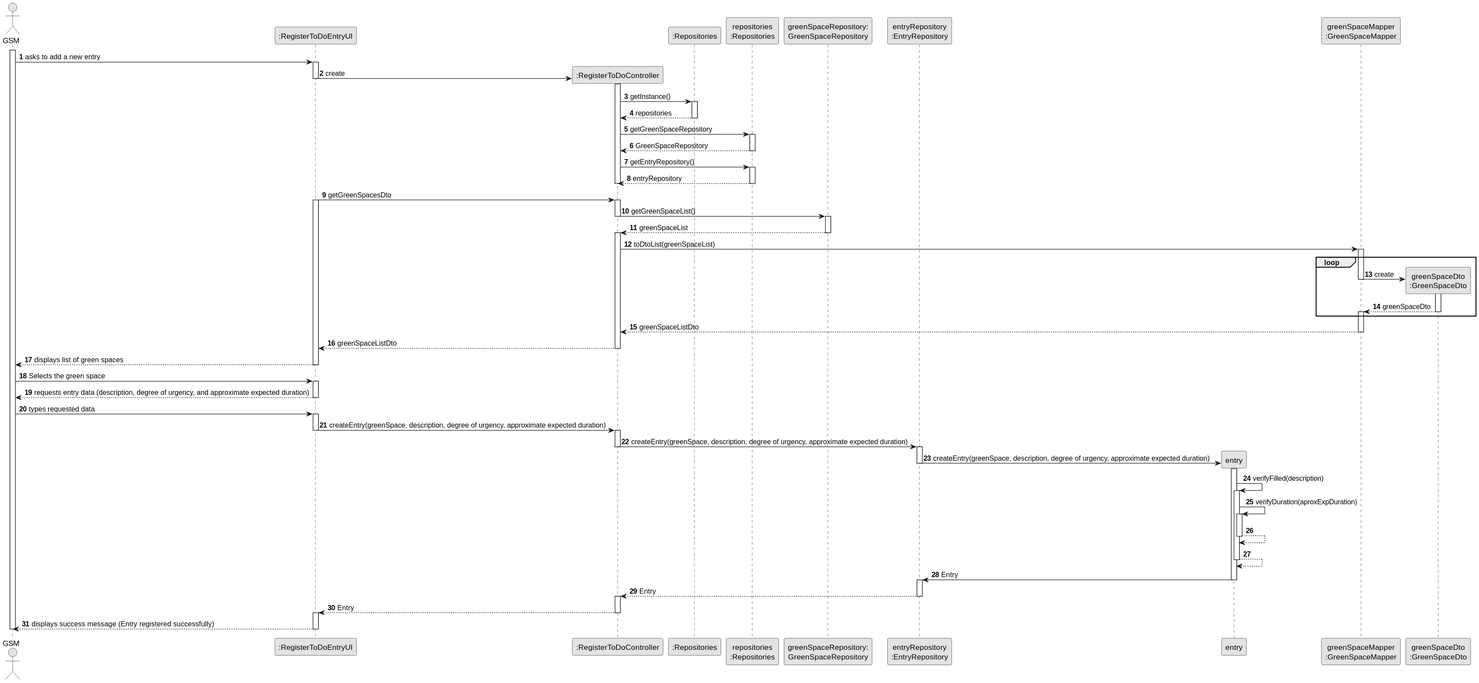
This is docs/sprintC/us021/03.design/svg/us021-sequence-diagram-full.svg from ricardomm7/leaflink, a PlantUML export, as it was before one commit.
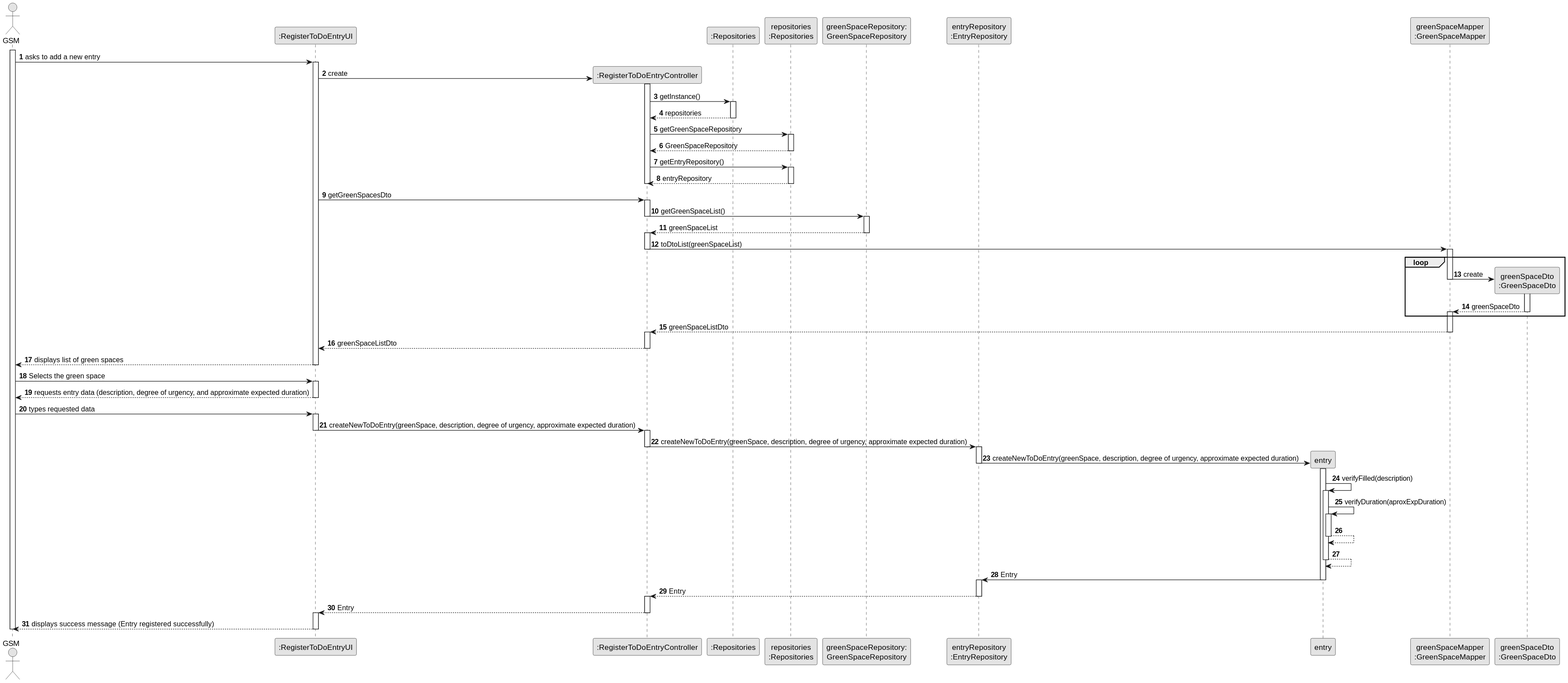
Above is the later version.

What changed in the source:
```diff
@@ -8,7 +8,7 @@
 
 actor "GSM" as GSM
 participant ":RegisterToDoEntryUI" as UI
-participant ":RegisterToDoController" as CTRL
+participant ":RegisterToDoEntryController" as CTRL
 participant ":Repositories" as RepositorySingleton
 participant "repositories\n:Repositories" as PLAT
 participant "greenSpaceRepository:\nGreenSpaceRepository" as GreenSpaceRepository
@@ -25,7 +25,6 @@
 
         UI -> CTRL** : create
         activate CTRL
-        deactivate UI
 
         CTRL -> RepositorySingleton : getInstance()
         activate RepositorySingleton
@@ -49,7 +48,6 @@
         deactivate CTRL
 
         UI -> CTRL : getGreenSpacesDto
-        activate UI
         activate CTRL
 
 
@@ -64,7 +62,9 @@
         activate CTRL
 
         CTRL -> GreenSpaceMapper: toDtoList(greenSpaceList)
+        deactivate CTRL
         activate GreenSpaceMapper
+
 
         loop
 
@@ -79,6 +79,7 @@
 
         GreenSpaceMapper --> CTRL: greenSpaceListDto
         deactivate GreenSpaceMapper
+        activate CTRL
 
         CTRL --> UI : greenSpaceListDto
         deactivate CTRL
@@ -96,15 +97,15 @@
         GSM -> UI : types requested data
         activate UI
 
-        UI -> CTRL : createEntry(greenSpace, description, degree of urgency, approximate expected duration)
+        UI -> CTRL : createNewToDoEntry(greenSpace, description, degree of urgency, approximate expected duration)
         deactivate UI
         activate CTRL
 
-        CTRL -> EntryRep : createEntry(greenSpace, description, degree of urgency, approximate expected duration)
+        CTRL -> EntryRep : createNewToDoEntry(greenSpace, description, degree of urgency, approximate expected duration)
         deactivate CTRL
         activate EntryRep
 
-        EntryRep -> Entry** : createEntry(greenSpace, description, degree of urgency, approximate expected duration)
+        EntryRep -> Entry** : createNewToDoEntry(greenSpace, description, degree of urgency, approximate expected duration)
         deactivate EntryRep
         activate Entry
 
```
